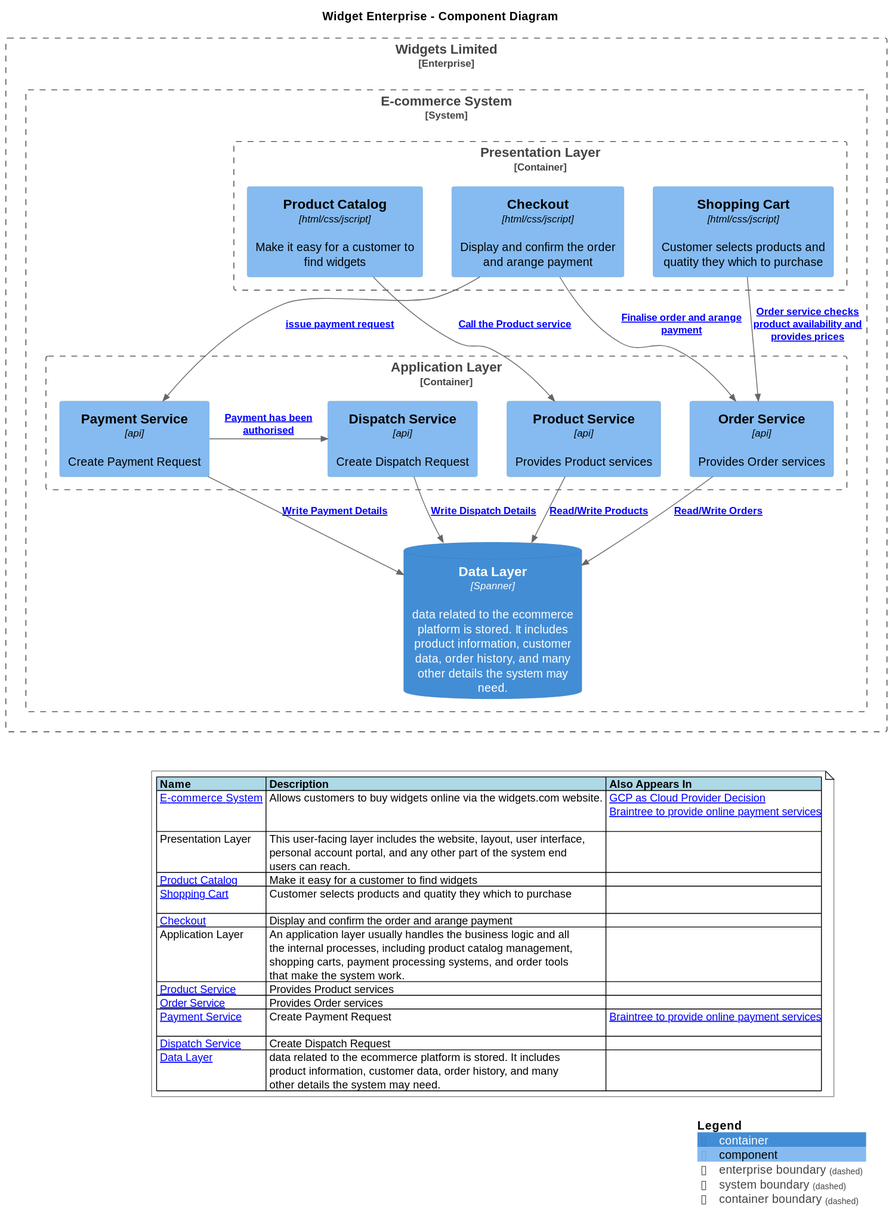
gobravedave/C4-Plantuml-Helper keeps this PlantUML diagram as docs/widget component view.svg. Above is the earlier version.
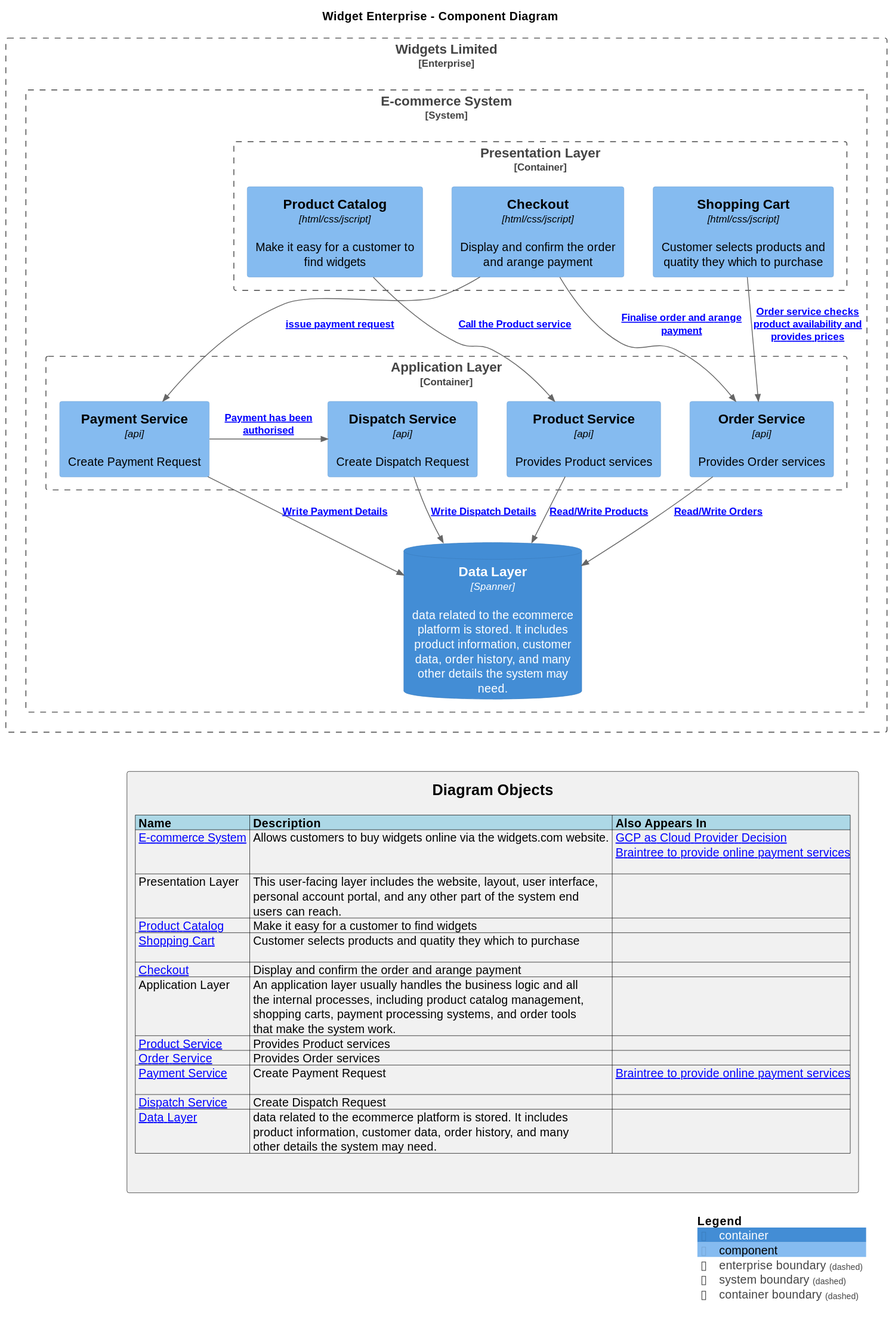
Above is the later version.

The edit, as a diff of the source:
```diff
@@ -4,9 +4,12 @@
 %set_variable_value("$C4_DIAGRAM_TYPE", "Component")
 %set_variable_value("$INCLUDE_DESC", "Y")
 C4_DIAGRAM(widget)
+rectangle c4h [
+=Diagram Objects
 SHOW_OBJECT_TABLE()
+]
 SHOW_LEGEND()
 
-datatier.[hidden].c4h_object_table
-datatier.[hidden].c4h_object_table
+datatier.[hidden].c4h
+datatier.[hidden].c4h
 @enduml
```
